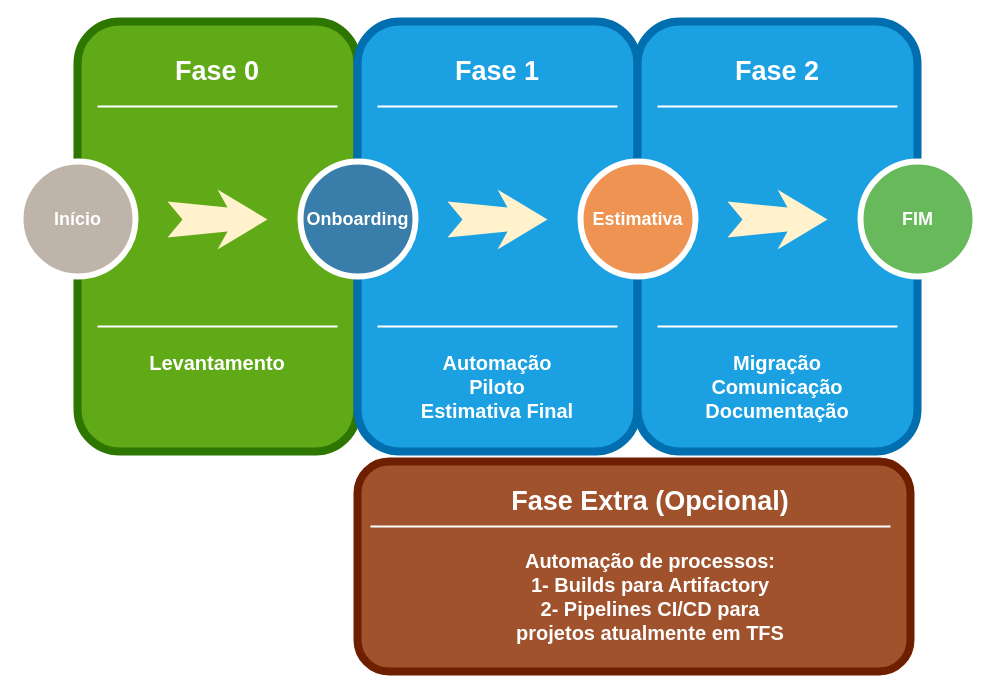
Earlier version of the draw.io diagram PhasesGraph.drawio (jcardoso13/draw.io-Templates). Source tidied: cells renumbered, new cells numbered last; positions are measured from the earlier drawing's top-left corner, leaving out a move shared by most shapes. Both pictures are drawn from the tidied source at 100%, with x=0, y=0 at pixel (20, 21).
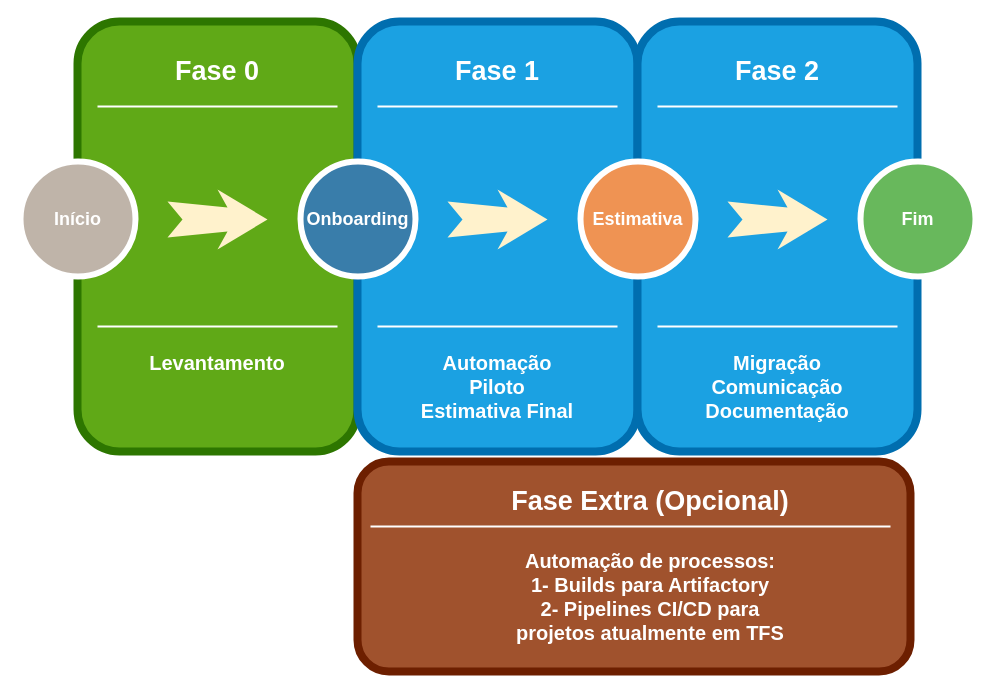
Above is the later version.

The edit, as a diff of the source:
```diff
@@
-    <mxCell id="23" value="&lt;font style=&quot;font-size: 18px;&quot;&gt;&lt;b style=&quot;&quot;&gt;FIM&lt;/b&gt;&lt;/font&gt;" style="ellipse;whiteSpace=wrap;html=1;rounded=0;shadow=0;strokeWidth=6;fontSize=14;align=center;fillColor=#68B85C;strokeColor=#FFFFFF;fontColor=#FFFFFF;" parent="1" vertex="1">
+    <mxCell id="23" value="&lt;font style=&quot;font-size: 18px;&quot;&gt;&lt;b style=&quot;&quot;&gt;Fim&lt;/b&gt;&lt;/font&gt;" style="ellipse;whiteSpace=wrap;html=1;rounded=0;shadow=0;strokeWidth=6;fontSize=14;align=center;fillColor=#68B85C;strokeColor=#FFFFFF;fontColor=#FFFFFF;" parent="1" vertex="1">
       <mxGeometry x="840" y="140" width="115" height="115" as="geometry" />
     </mxCell>
```
